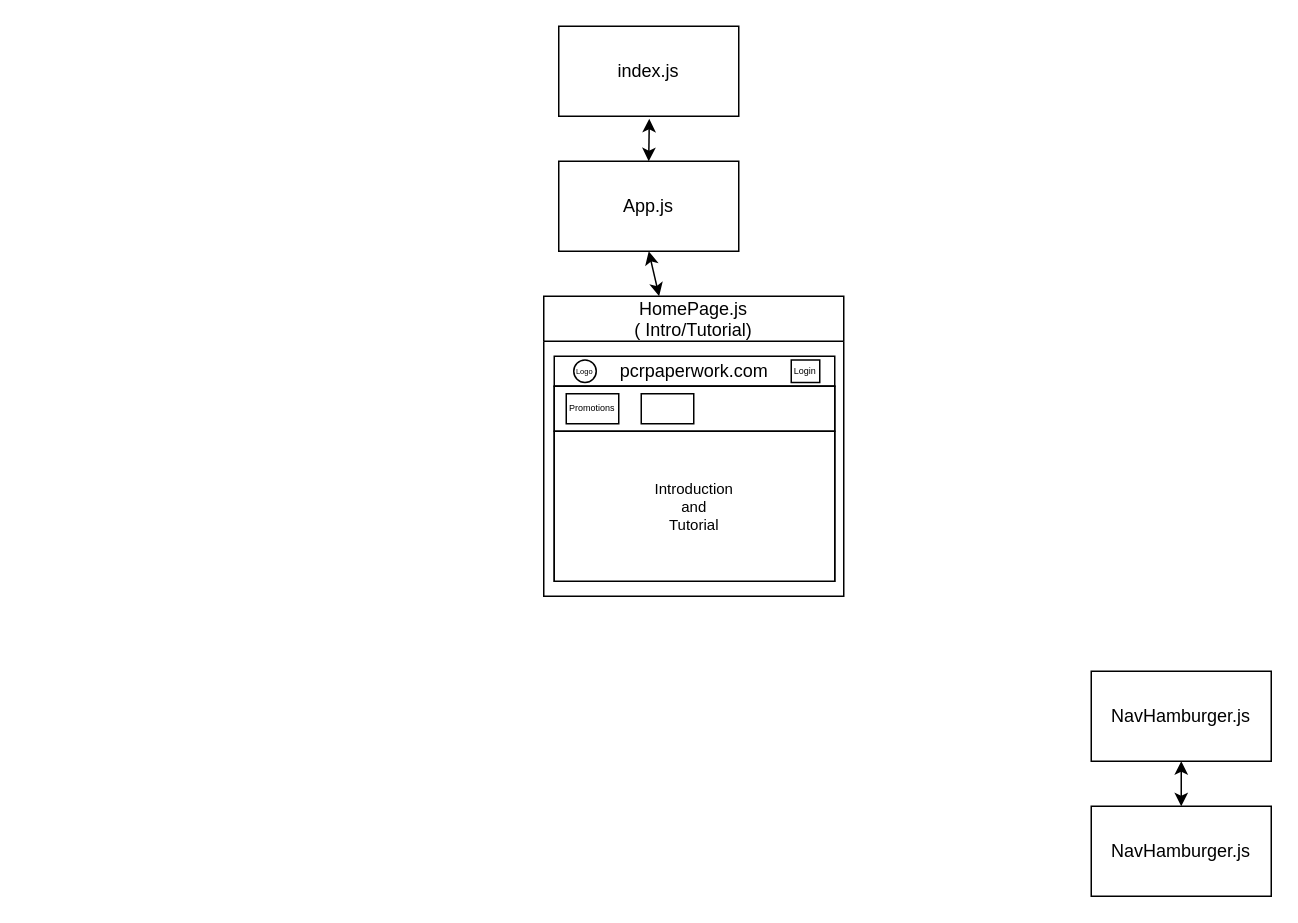
Before: Untitled Diagram.drawio in FusRaDa/pcr-paperwork-website-draw, a draw.io diagram. Source tidied: cells renumbered, new cells numbered last; positions are measured from the earlier drawing's top-left corner, leaving out a move shared by most shapes. Both pictures are drawn from the tidied source at 150%, with x=0, y=0 at pixel (543, 26). Pictures stored in the file or linked from it are replaced by grey dashed boxes.
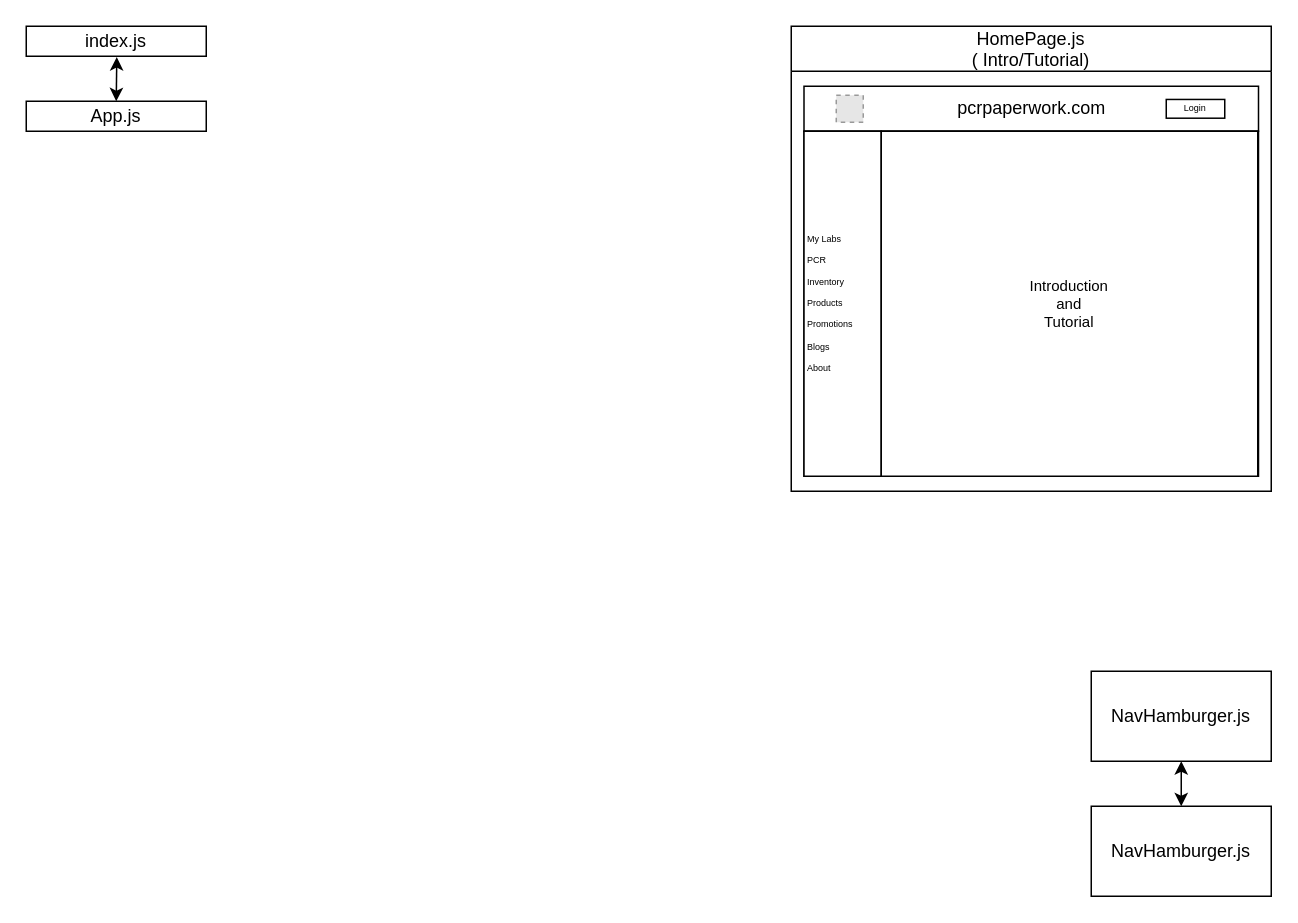
The same diagram, later.

Commit message:
bigger page

Diff of the diagram source:
```diff
@@
 <mxGraphModel>
   <root>
     <mxCell id="0" />
     <mxCell id="1" parent="0" />
     <mxCell id="2" value="App.js" style="rounded=0;whiteSpace=wrap;html=1;" parent="1" vertex="1">
-      <mxGeometry x="10" y="90" width="120" height="60" as="geometry" />
+      <mxGeometry x="-345" y="50" width="120" height="20" as="geometry" />
     </mxCell>
     <mxCell id="3" value="index.js" style="rounded=0;whiteSpace=wrap;html=1;" parent="1" vertex="1">
-      <mxGeometry x="10" width="120" height="60" as="geometry" />
+      <mxGeometry x="-345" width="120" height="20" as="geometry" />
     </mxCell>
     <mxCell id="4" style="endArrow=classic;startArrow=classic;html=1;rounded=0;entryX=0.503;entryY=1.029;entryDx=0;entryDy=0;entryPerimeter=0;exitX=0.5;exitY=0;exitDx=0;exitDy=0;" parent="1" edge="1" source="2" target="3">
       <mxGeometry relative="1" as="geometry" />
     </mxCell>
     <mxCell id="5" value="NavHamburger.js" style="rounded=0;whiteSpace=wrap;html=1;" parent="1" vertex="1">
       <mxGeometry x="365" y="430" width="120" height="60" as="geometry" />
     </mxCell>
     <mxCell id="6" value="NavHamburger.js" style="rounded=0;whiteSpace=wrap;html=1;" parent="1" vertex="1">
       <mxGeometry x="365" y="520" width="120" height="60" as="geometry" />
     </mxCell>
     <mxCell id="7" style="endArrow=classic;startArrow=classic;html=1;rounded=0;entryX=0.5;entryY=1;entryDx=0;entryDy=0;" parent="1" edge="1" source="6" target="5">
       <mxGeometry relative="1" as="geometry" />
     </mxCell>
     <mxCell id="8" value="HomePage.js&#10;( Intro/Tutorial)" style="swimlane;startSize=30;fontStyle=0;" parent="1" vertex="1">
-      <mxGeometry y="180" width="200" height="200" as="geometry" />
+      <mxGeometry x="165" width="320" height="310" as="geometry" />
     </mxCell>
     <mxCell id="9" value="pcrpaperwork.com" style="rounded=0;whiteSpace=wrap;html=1;align=center;" parent="8" vertex="1">
-      <mxGeometry x="7" y="40" width="187" height="20" as="geometry" />
+      <mxGeometry x="8.5" y="40" width="303" height="30" as="geometry" />
     </mxCell>
     <mxCell id="10" style="rounded=0;whiteSpace=wrap;html=1;" parent="8" vertex="1">
-      <mxGeometry x="7" y="60" width="187" height="130" as="geometry" />
+      <mxGeometry x="8.5" y="70" width="303" height="230" as="geometry" />
     </mxCell>
-    <mxCell id="11" style="rounded=0;whiteSpace=wrap;html=1;fontSize=7;" parent="8" vertex="1">
-      <mxGeometry x="7" y="60" width="187" height="30" as="geometry" />
-    </mxCell>
-    <mxCell id="12" value="&lt;font style=&quot;font-size: 5px;&quot;&gt;Logo&lt;/font&gt;" style="ellipse;whiteSpace=wrap;html=1;fontSize=7;" parent="8" vertex="1">
-      <mxGeometry x="20" y="42.5" width="15" height="15" as="geometry" />
-    </mxCell>
+    <mxCell id="14" value="Login" style="rounded=0;whiteSpace=wrap;html=1;fontSize=6;" parent="8" vertex="1">
+      <mxGeometry x="250" y="48.8" width="39" height="12.5" as="geometry" />
+    </mxCell>
+    <mxCell id="18" style="fillColor=#E6E6E6;strokeColor=#999999;dashed=1;html=1;verticalAlign=top;verticalLabelPosition=bottom;labelBackgroundColor=#ffffff;fontSize=6;" parent="8" vertex="1">
+      <mxGeometry x="30" y="46" width="18" height="18" as="geometry" />
+    </mxCell>
+    <mxCell id="19" value="My Labs&lt;br&gt;&lt;br&gt;PCR&lt;br&gt;&lt;br&gt;Inventory&lt;br&gt;&lt;br&gt;Products&lt;br&gt;&lt;br&gt;Promotions&lt;br&gt;&lt;br&gt;Blogs&lt;br&gt;&lt;br&gt;About" style="rounded=0;whiteSpace=wrap;html=1;fontSize=6;align=left;" parent="8" vertex="1">
+      <mxGeometry x="8.5" y="70" width="51.5" height="230" as="geometry" />
+    </mxCell>
     <mxCell id="13" value="&lt;font size=&quot;1&quot;&gt;Introduction&lt;br&gt;and&lt;br&gt;Tutorial&lt;br&gt;&lt;/font&gt;" style="rounded=0;whiteSpace=wrap;html=1;fontSize=5;" parent="8" vertex="1">
-      <mxGeometry x="7" y="90" width="187" height="100" as="geometry" />
+      <mxGeometry x="60" y="70" width="251" height="230" as="geometry" />
     </mxCell>
-    <mxCell id="14" value="Login" style="rounded=0;whiteSpace=wrap;html=1;fontSize=6;" parent="8" vertex="1">
-      <mxGeometry x="165" y="42.5" width="19" height="15" as="geometry" />
-    </mxCell>
-    <mxCell id="15" value="Promotions" style="rounded=0;whiteSpace=wrap;html=1;fontSize=6;" parent="8" vertex="1">
-      <mxGeometry x="15" y="65" width="35" height="20" as="geometry" />
-    </mxCell>
-    <mxCell id="16" style="rounded=0;whiteSpace=wrap;html=1;fontSize=6;" parent="8" vertex="1">
-      <mxGeometry x="65" y="65" width="35" height="20" as="geometry" />
-    </mxCell>
-    <mxCell id="17" style="endArrow=classic;startArrow=classic;html=1;rounded=0;entryX=0.5;entryY=1;entryDx=0;entryDy=0;" parent="1" edge="1" source="8" target="2">
-      <mxGeometry relative="1" as="geometry" />
-    </mxCell>
   </root>
 </mxGraphModel>
```
